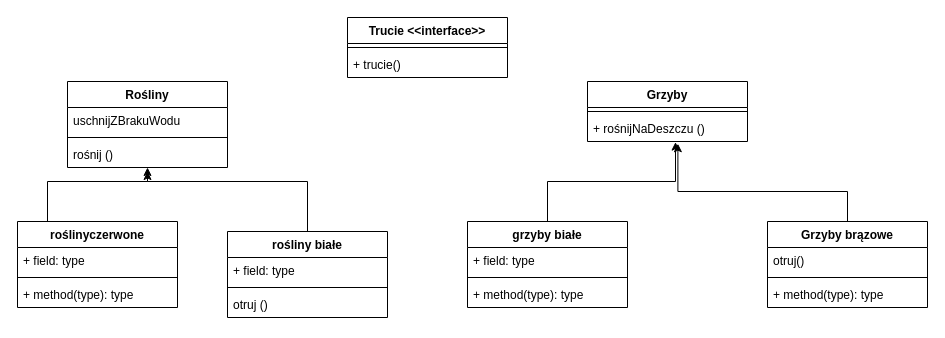
Above: 18kwietnia.drawio in JuliaZofiaCodes/ASI (draw.io), before the change. Source tidied: cells renumbered, new cells numbered last; positions are measured from the earlier drawing's top-left corner, leaving out a move shared by most shapes. Both pictures are drawn from the tidied source at 100%, with x=0, y=0 at pixel (17, 17).
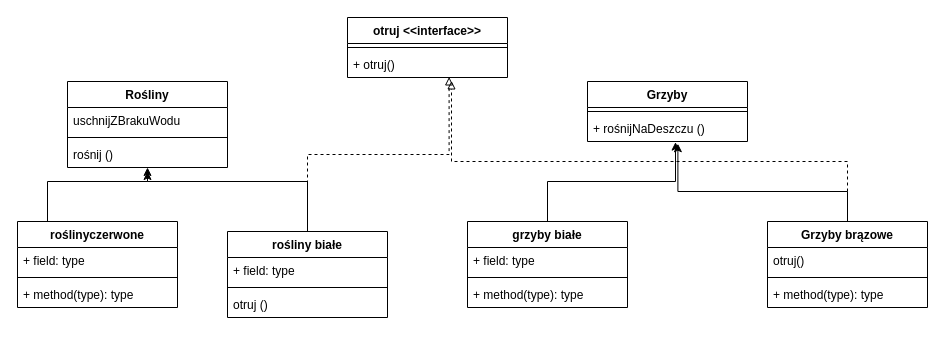
The same page after the edit.

The change refers to these unchanged cells:
```xml
<mxCell id="15" value="rośliny białe" style="swimlane;fontStyle=1;align=center;verticalAlign=top;horizontal=1;startSize=26;whiteSpace=wrap;html=1;" parent="1" vertex="1">
  <mxGeometry x="210" y="214" width="160" height="86" as="geometry" />
</mxCell>
<mxCell id="25" value="Grzyby brązowe" style="swimlane;fontStyle=1;align=center;verticalAlign=top;horizontal=1;startSize=26;whiteSpace=wrap;html=1;" parent="1" vertex="1">
  <mxGeometry x="750" y="204" width="160" height="86" as="geometry" />
</mxCell>
```

The edit, as a diff of the source:
```diff
@@
+    <mxCell id="32" style="edgeStyle=orthogonalEdgeStyle;rounded=0;jettySize=auto;html=1;entryX=0.635;entryY=0.977;entryDx=0;entryDy=0;entryPerimeter=0;endArrow=block;endFill=0;dashed=1;" parent="1" edge="1" source="15" target="31">
+      <mxGeometry relative="1" as="geometry" />
+    </mxCell>
@@
+    <mxCell id="33" style="edgeStyle=orthogonalEdgeStyle;rounded=0;jettySize=auto;html=1;exitX=0.5;exitY=0;exitDx=0;exitDy=0;entryX=0.65;entryY=1.131;entryDx=0;entryDy=0;entryPerimeter=0;dashed=1;endArrow=block;endFill=0;startArrow=none;startFill=0;" parent="1" edge="1" source="25" target="31">
+      <mxGeometry relative="1" as="geometry">
+        <Array as="points">
+          <mxPoint x="830" y="144" />
+          <mxPoint x="434" y="144" />
+        </Array>
+      </mxGeometry>
+    </mxCell>
@@
-    <mxCell id="29" value="Trucie &amp;lt;&amp;lt;interface&amp;gt;&amp;gt;" style="swimlane;fontStyle=1;align=center;verticalAlign=top;horizontal=1;startSize=26;whiteSpace=wrap;html=1;" parent="1" vertex="1">
+    <mxCell id="29" value="otruj &amp;lt;&amp;lt;interface&amp;gt;&amp;gt;" style="swimlane;fontStyle=1;align=center;verticalAlign=top;horizontal=1;startSize=26;whiteSpace=wrap;html=1;" parent="1" vertex="1">
       <mxGeometry x="330" width="160" height="60" as="geometry" />
     </mxCell>
@@
-    <mxCell id="31" value="+ trucie()" style="text;strokeColor=none;fillColor=none;align=left;verticalAlign=top;spacingLeft=4;spacingRight=4;overflow=hidden;points=[[0,0.5],[1,0.5]];portConstraint=eastwest;whiteSpace=wrap;html=1;" parent="29" vertex="1">
+    <mxCell id="31" value="+ otruj()" style="text;strokeColor=none;fillColor=none;align=left;verticalAlign=top;spacingLeft=4;spacingRight=4;overflow=hidden;points=[[0,0.5],[1,0.5]];portConstraint=eastwest;whiteSpace=wrap;html=1;" parent="29" vertex="1">
       <mxGeometry y="34" width="160" height="26" as="geometry" />
     </mxCell>
```
